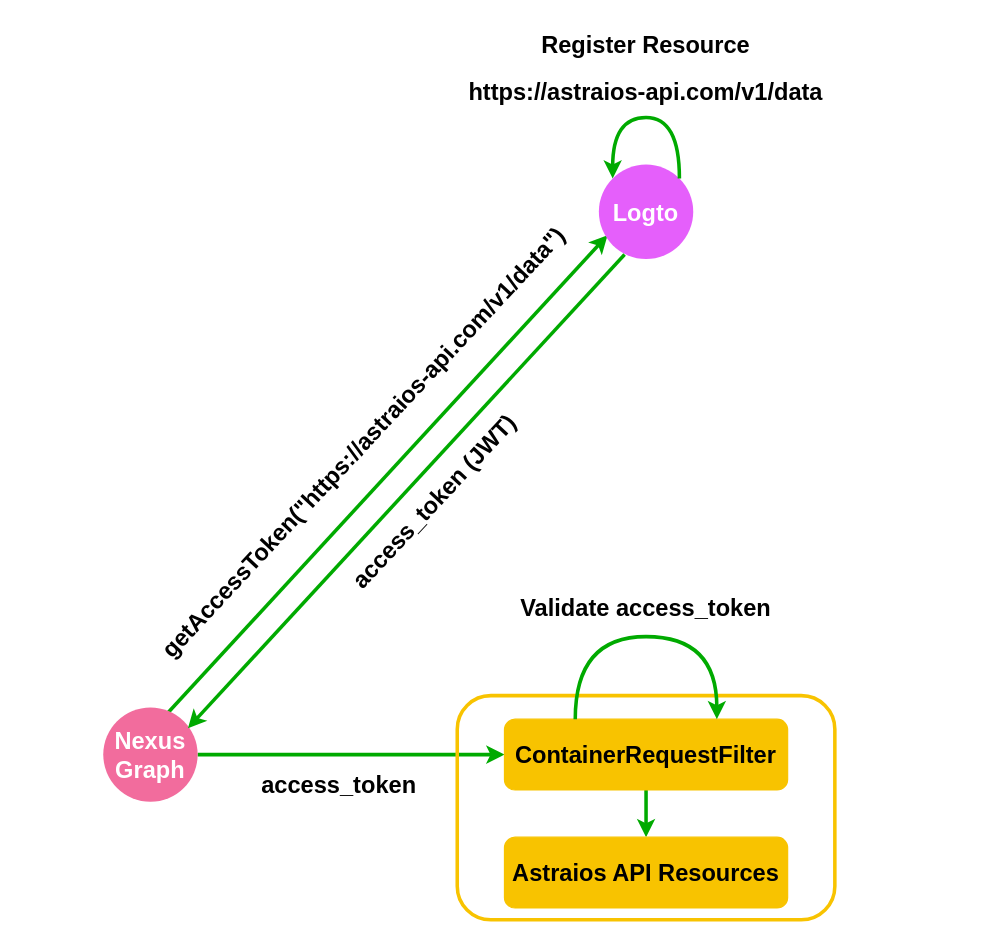
Before: docs/docs/img/oauth2-filtering.drawio in paion-data/astraios, a draw.io diagram. Source tidied: cells renumbered, new cells numbered last; positions are measured from the earlier drawing's top-left corner, leaving out a move shared by most shapes. Both pictures are drawn from the tidied source at 118%, with x=0, y=0 at pixel (20, 22).
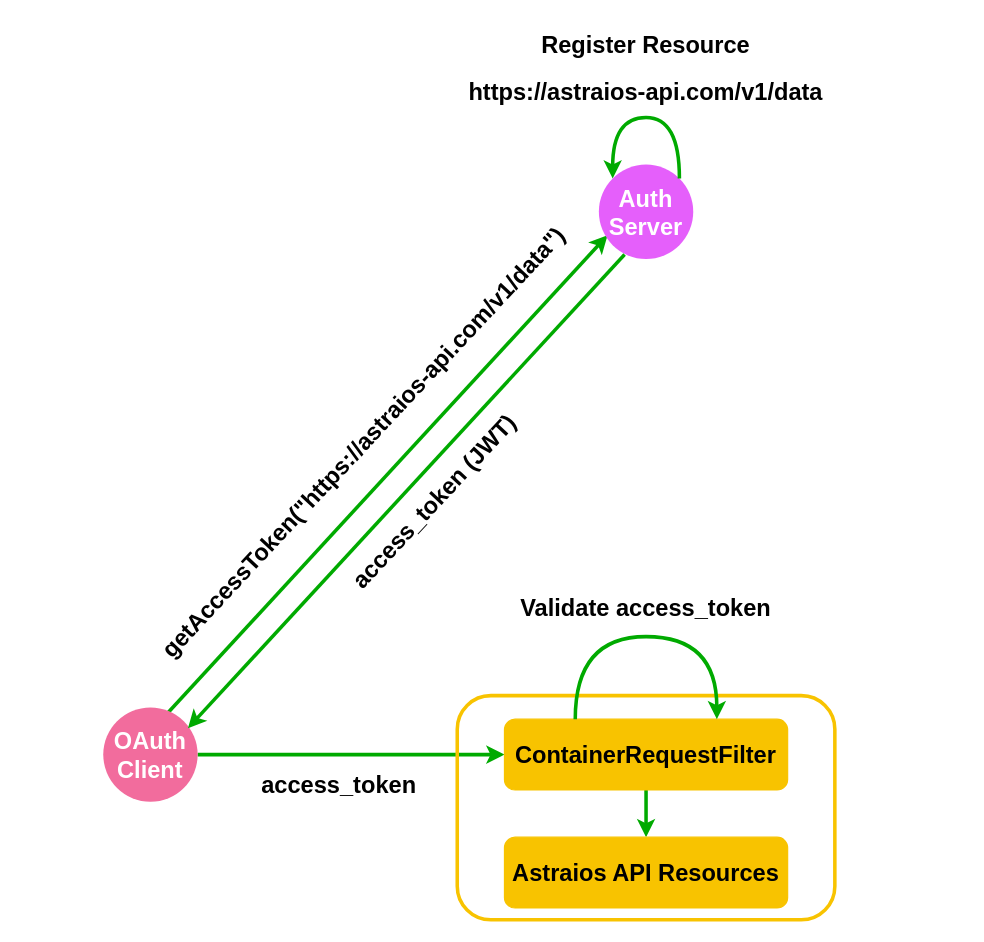
After the change.

Commit message (it also covers changes not shown here):
Self-review

The edit, as a diff of the source:
```diff
@@
-    <mxCell id="4" value="&lt;font face=&quot;Ubuntu&quot; color=&quot;#ffffff&quot;&gt;&lt;span style=&quot;font-size: 20px;&quot;&gt;&lt;span&gt;Nexus&lt;br&gt;Graph&lt;br&gt;&lt;/span&gt;&lt;/span&gt;&lt;/font&gt;" style="ellipse;whiteSpace=wrap;html=1;strokeColor=none;fillColor=#F26C9D;fontStyle=1;" parent="1" vertex="1">
+    <mxCell id="4" value="&lt;font face=&quot;Ubuntu&quot; color=&quot;#ffffff&quot;&gt;&lt;span style=&quot;font-size: 20px;&quot;&gt;&lt;span&gt;OAuth&lt;br&gt;Client&lt;br&gt;&lt;/span&gt;&lt;/span&gt;&lt;/font&gt;" style="ellipse;whiteSpace=wrap;html=1;strokeColor=none;fillColor=#F26C9D;fontStyle=1;" parent="1" vertex="1">
       <mxGeometry x="70" y="580" width="80" height="80" as="geometry" />
     </mxCell>
@@
-    <mxCell id="6" value="&lt;font face=&quot;Ubuntu&quot; color=&quot;#ffffff&quot;&gt;&lt;span style=&quot;font-size: 20px;&quot;&gt;&lt;span&gt;Logto&lt;br&gt;&lt;/span&gt;&lt;/span&gt;&lt;/font&gt;" style="ellipse;whiteSpace=wrap;html=1;strokeColor=none;fillColor=#E55FFB;fontStyle=1;" parent="1" vertex="1">
+    <mxCell id="6" value="&lt;font face=&quot;Ubuntu&quot; color=&quot;#ffffff&quot;&gt;&lt;span style=&quot;font-size: 20px;&quot;&gt;&lt;span&gt;Auth&lt;br&gt;Server&lt;br&gt;&lt;/span&gt;&lt;/span&gt;&lt;/font&gt;" style="ellipse;whiteSpace=wrap;html=1;strokeColor=none;fillColor=#E55FFB;fontStyle=1;" parent="1" vertex="1">
       <mxGeometry x="490" y="120" width="80" height="80" as="geometry" />
     </mxCell>
```
